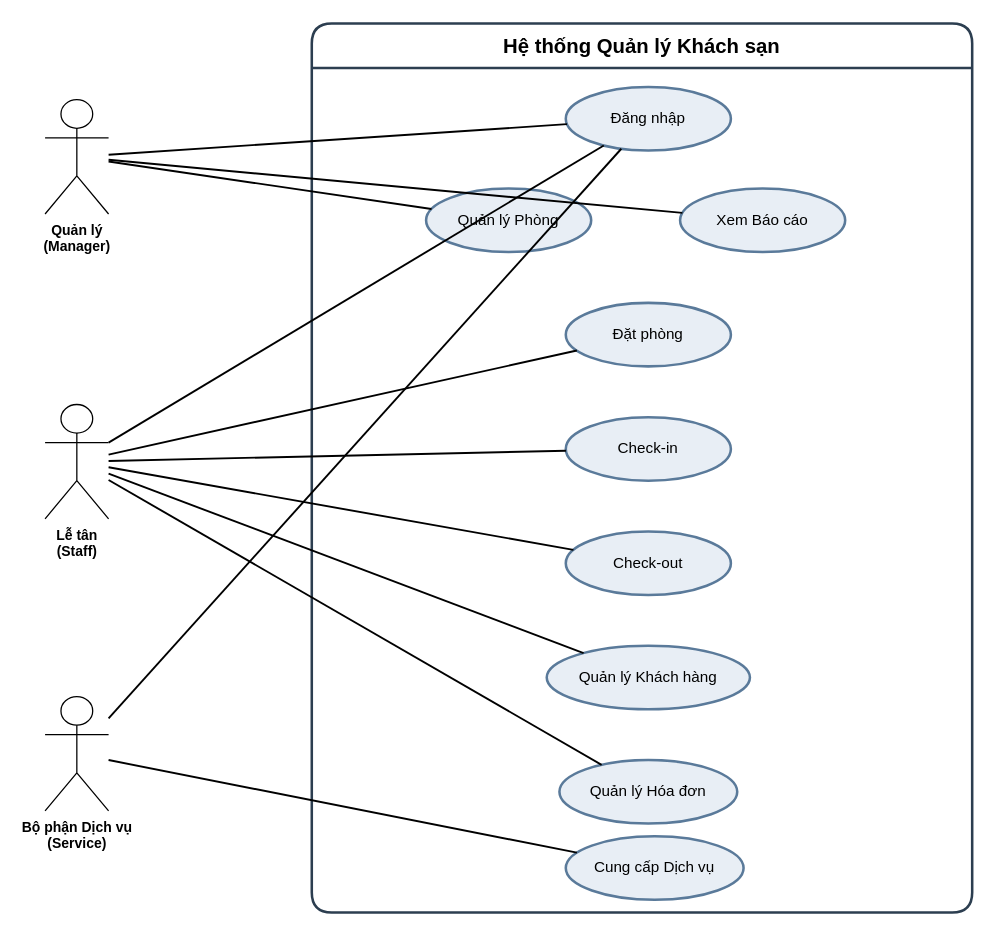
The draw.io diagram docs/diagrams/UseCaseTongQuan.drawio in IvanLyVodka11/hotel-management, before the edit. Source tidied: cells renumbered, new cells numbered last; positions are measured from the earlier drawing's top-left corner, leaving out a move shared by most shapes. Both pictures are drawn from the tidied source at 127%, with x=0, y=0 at pixel (44, 23).
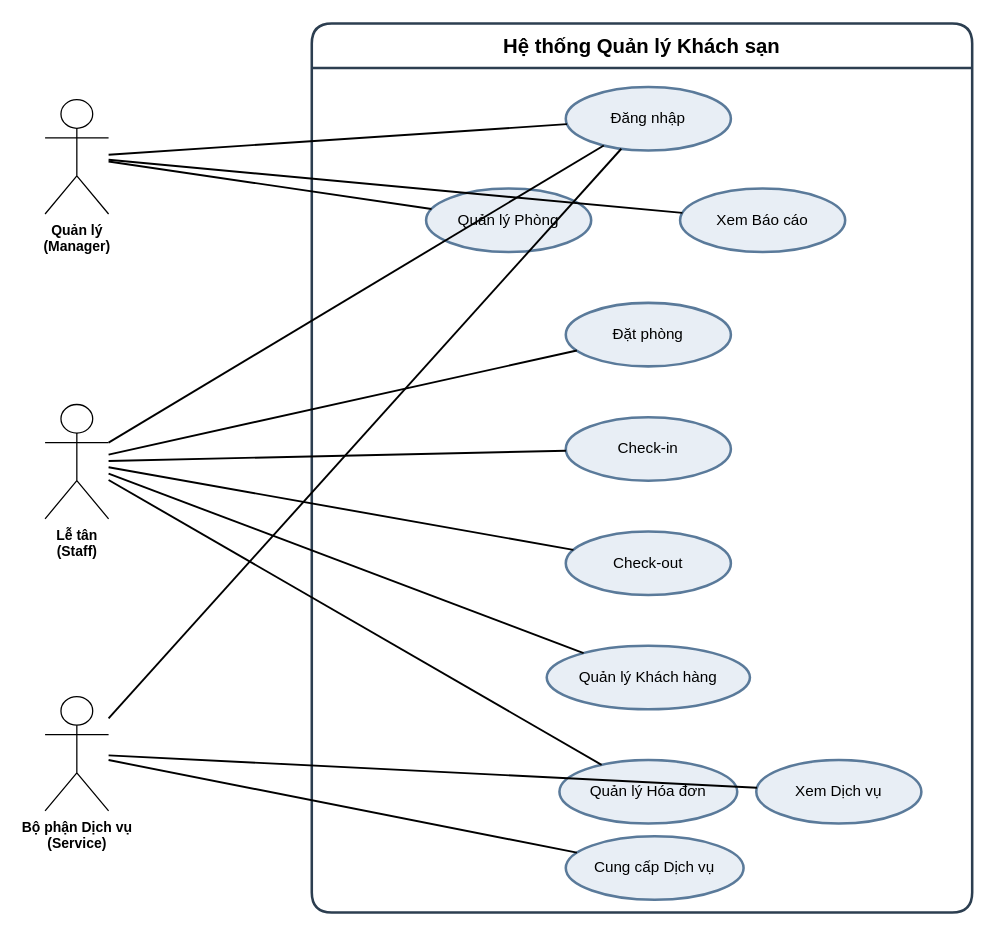
The same diagram, later.

The change refers to these unchanged cells:
```xml
<mxCell id="2" value="Hệ thống Quản lý Khách sạn" style="swimlane;whiteSpace=wrap;html=1;startSize=35;fillColor=none;strokeColor=#2c3e50;strokeWidth=2;fontSize=16;fontStyle=1;rounded=1;" parent="1" vertex="1">
  <mxGeometry x="210" width="520" height="700" as="geometry" />
</mxCell>
<mxCell id="14" value="Bộ phận Dịch vụ&#10;(Service)" style="shape=umlActor;verticalLabelPosition=bottom;verticalAlign=top;html=1;outlineConnect=0;fontSize=11;fontStyle=1;" parent="1" vertex="1">
  <mxGeometry y="530" width="50" height="90" as="geometry" />
</mxCell>
```

Change to the diagram source:
```diff
@@
+    <mxCell id="26" value="Xem Dịch vụ" style="ellipse;whiteSpace=wrap;html=1;fillColor=#e8eef5;strokeColor=#5a7a9a;strokeWidth=2;fontSize=12;" parent="2" vertex="1">
+      <mxGeometry x="350" y="580" width="130" height="50" as="geometry" />
+    </mxCell>
@@
+    <mxCell id="27" style="endArrow=none;html=1;strokeWidth=1.5;" parent="1" edge="1" source="14" target="26">
+      <mxGeometry relative="1" as="geometry" />
+    </mxCell>
```
